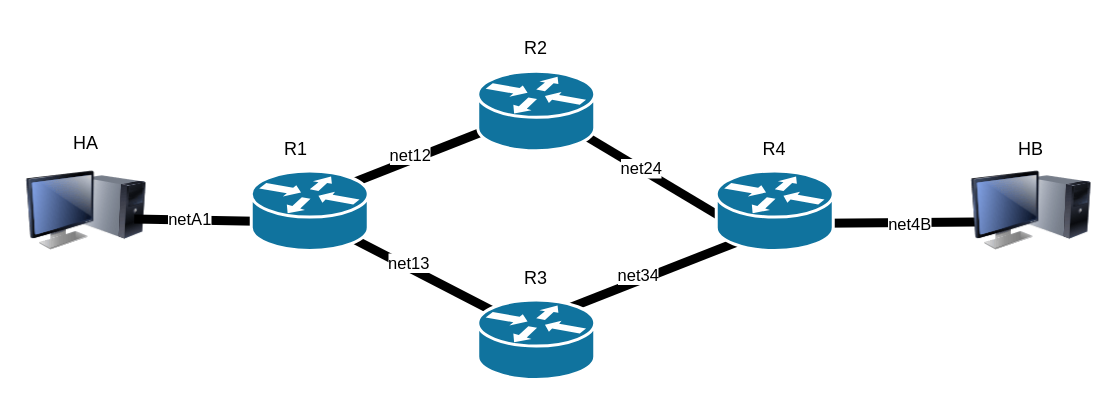
The draw.io diagram LAB-K3/Figs/net2.drawio in paolo-giaccone/Datacenter-lab-CE-pub, before the edit. Source tidied: cells renumbered, new cells numbered last; positions are measured from the earlier drawing's top-left corner, leaving out a move shared by most shapes. Both pictures are drawn from the tidied source at 150%, with x=0, y=0 at pixel (26, 26).
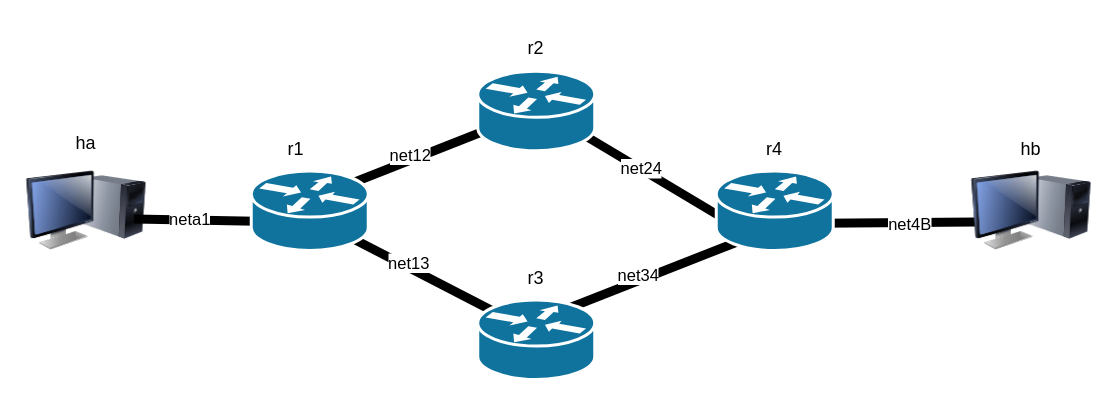
The same page after the edit.

Unchanged cells that the change refers to:
```xml
<mxCell id="12" style="endArrow=none;html=1;rounded=0;exitX=0.627;exitY=0.661;exitDx=0;exitDy=0;exitPerimeter=0;strokeWidth=6;entryX=0.397;entryY=0.642;entryDx=0;entryDy=0;entryPerimeter=0;" parent="1" edge="1" target="25">
  <mxGeometry relative="1" as="geometry">
    <mxPoint x="72" y="128.5" as="sourcePoint" />
  </mxGeometry>
</mxCell>
```

Diff of the diagram source:
```diff
@@
-    <mxCell id="4" value="R2" style="text;strokeColor=none;align=center;fillColor=none;html=1;verticalAlign=middle;whiteSpace=wrap;rounded=0;" parent="1" vertex="1">
+    <mxCell id="4" value="r2" style="text;strokeColor=none;align=center;fillColor=none;html=1;verticalAlign=middle;whiteSpace=wrap;rounded=0;" parent="1" vertex="1">
       <mxGeometry x="310" width="60" height="30" as="geometry" />
     </mxCell>
@@
-    <mxCell id="7" value="R4" style="text;strokeColor=none;align=center;fillColor=none;html=1;verticalAlign=middle;whiteSpace=wrap;rounded=0;" parent="1" vertex="1">
+    <mxCell id="7" value="r4" style="text;strokeColor=none;align=center;fillColor=none;html=1;verticalAlign=middle;whiteSpace=wrap;rounded=0;" parent="1" vertex="1">
       <mxGeometry x="469" y="66.5" width="60" height="30" as="geometry" />
     </mxCell>
-    <mxCell id="8" value="HA" style="text;strokeColor=none;align=center;fillColor=none;html=1;verticalAlign=middle;whiteSpace=wrap;rounded=0;" parent="1" vertex="1">
+    <mxCell id="8" value="ha" style="text;strokeColor=none;align=center;fillColor=none;html=1;verticalAlign=middle;whiteSpace=wrap;rounded=0;" parent="1" vertex="1">
       <mxGeometry x="10" y="62.5" width="60" height="30" as="geometry" />
     </mxCell>
-    <mxCell id="9" value="HB" style="text;strokeColor=none;align=center;fillColor=none;html=1;verticalAlign=middle;whiteSpace=wrap;rounded=0;" parent="1" vertex="1">
+    <mxCell id="9" value="hb" style="text;strokeColor=none;align=center;fillColor=none;html=1;verticalAlign=middle;whiteSpace=wrap;rounded=0;" parent="1" vertex="1">
       <mxGeometry x="640" y="66.5" width="60" height="30" as="geometry" />
     </mxCell>
-    <mxCell id="10" value="R1" style="text;strokeColor=none;align=center;fillColor=none;html=1;verticalAlign=middle;whiteSpace=wrap;rounded=0;" parent="1" vertex="1">
+    <mxCell id="10" value="r1" style="text;strokeColor=none;align=center;fillColor=none;html=1;verticalAlign=middle;whiteSpace=wrap;rounded=0;" parent="1" vertex="1">
       <mxGeometry x="150" y="66.5" width="60" height="30" as="geometry" />
     </mxCell>
-    <mxCell id="11" value="R3" style="text;strokeColor=none;align=center;fillColor=none;html=1;verticalAlign=middle;whiteSpace=wrap;rounded=0;" parent="1" vertex="1">
+    <mxCell id="11" value="r3" style="text;strokeColor=none;align=center;fillColor=none;html=1;verticalAlign=middle;whiteSpace=wrap;rounded=0;" parent="1" vertex="1">
       <mxGeometry x="310" y="152.5" width="60" height="30" as="geometry" />
     </mxCell>
@@
-    <mxCell id="13" value="netA1" style="edgeLabel;html=1;align=center;verticalAlign=middle;" parent="12" vertex="1">
+    <mxCell id="13" value="neta1" style="edgeLabel;html=1;align=center;verticalAlign=middle;" parent="12" vertex="1">
       <mxGeometry x="-0.34" y="1" relative="1" as="geometry" />
     </mxCell>
```
